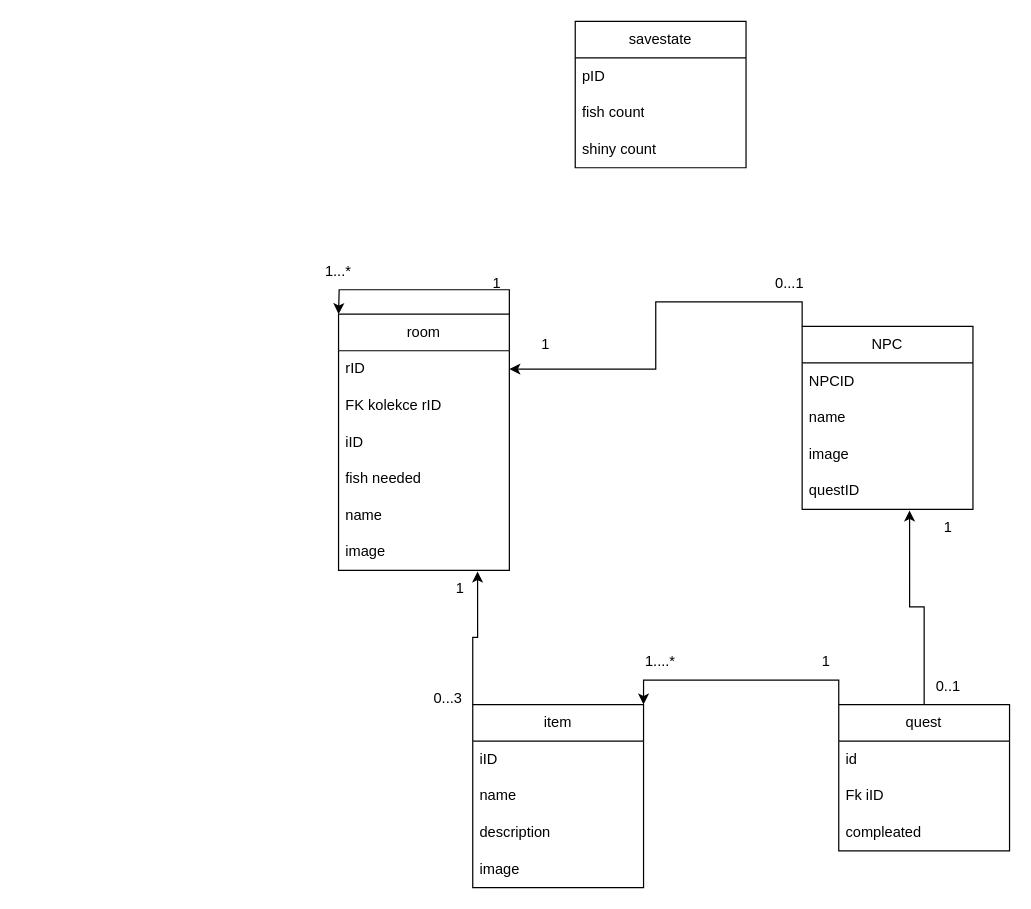
Before: gamebook.drawio in pslib-cz/2024-p3a-web-gamebook-vasak-zbehlik, a draw.io diagram. Source tidied: cells renumbered, new cells numbered last; positions are measured from the earlier drawing's top-left corner, leaving out a move shared by most shapes. Both pictures are drawn from the tidied source at 122%, with x=0, y=0 at pixel (301, 21).
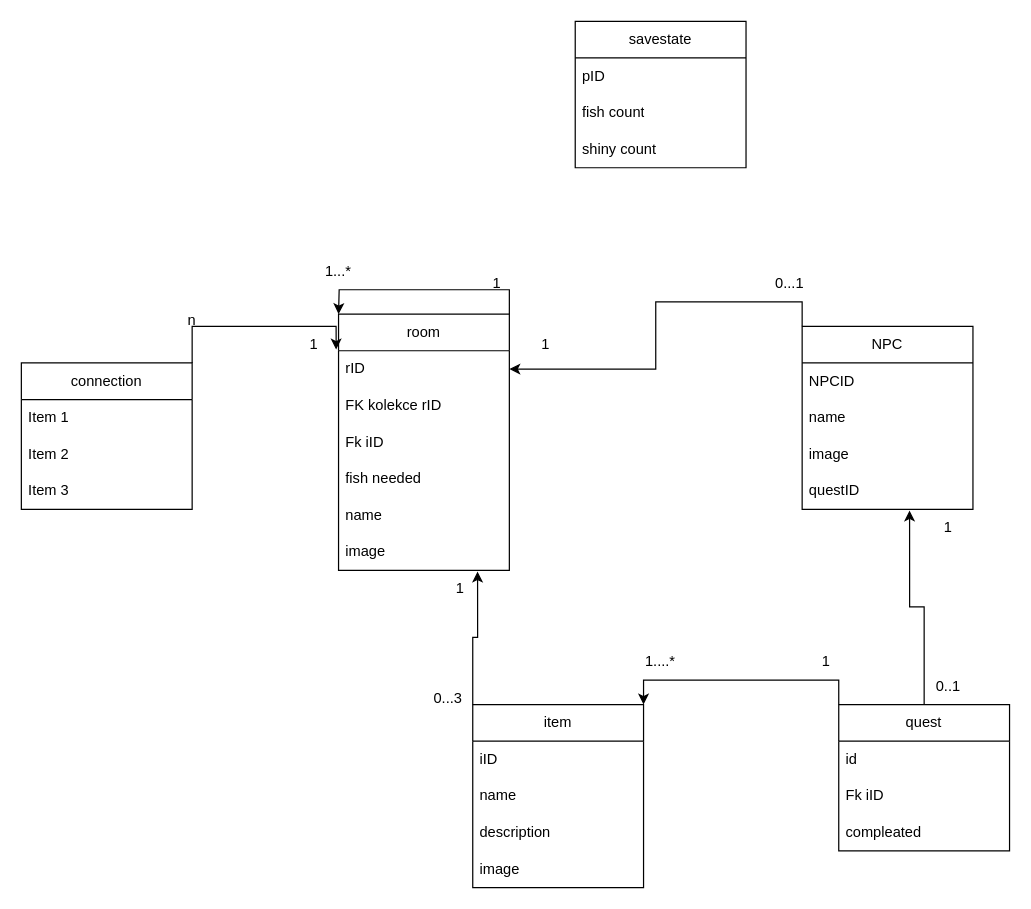
The same page after the edit.

Unchanged cells that the change refers to:
```xml
<mxCell id="7" value="room" style="swimlane;fontStyle=0;horizontal=1;startSize=30;whiteSpace=wrap;html=1;" parent="1" vertex="1">
  <mxGeometry x="30" y="240" width="140" height="210" as="geometry" />
</mxCell>
<mxCell id="8" value="rID" style="text;strokeColor=none;fillColor=none;align=left;verticalAlign=middle;spacingLeft=4;spacingRight=4;overflow=hidden;points=[[0,0.5],[1,0.5]];portConstraint=eastwest;whiteSpace=wrap;html=1;" parent="7" vertex="1">
  <mxGeometry y="30" width="140" height="30" as="geometry" />
</mxCell>
```

Change to the diagram source:
```diff
@@
-    <mxCell id="10" value="iID" style="text;strokeColor=none;fillColor=none;align=left;verticalAlign=middle;spacingLeft=4;spacingRight=4;overflow=hidden;whiteSpace=wrap;html=1;" parent="7" vertex="1">
+    <mxCell id="10" value="Fk iID" style="text;strokeColor=none;fillColor=none;align=left;verticalAlign=middle;spacingLeft=4;spacingRight=4;overflow=hidden;whiteSpace=wrap;html=1;" parent="7" vertex="1">
       <mxGeometry y="90" width="140" height="30" as="geometry" />
     </mxCell>
@@
+    <mxCell id="42" value="connection" style="swimlane;fontStyle=0;horizontal=1;startSize=30;whiteSpace=wrap;html=1;" parent="1" vertex="1">
+      <mxGeometry x="-230" y="280" width="140" height="120" as="geometry" />
+    </mxCell>
+    <mxCell id="43" value="Item 1" style="text;strokeColor=none;fillColor=none;align=left;verticalAlign=middle;spacingLeft=4;spacingRight=4;overflow=hidden;whiteSpace=wrap;html=1;" parent="42" vertex="1">
+      <mxGeometry y="30" width="140" height="30" as="geometry" />
+    </mxCell>
+    <mxCell id="44" value="Item 2" style="text;strokeColor=none;fillColor=none;align=left;verticalAlign=middle;spacingLeft=4;spacingRight=4;overflow=hidden;whiteSpace=wrap;html=1;" parent="42" vertex="1">
+      <mxGeometry y="60" width="140" height="30" as="geometry" />
+    </mxCell>
+    <mxCell id="45" value="Item 3" style="text;strokeColor=none;fillColor=none;align=left;verticalAlign=middle;spacingLeft=4;spacingRight=4;overflow=hidden;whiteSpace=wrap;html=1;" parent="42" vertex="1">
+      <mxGeometry y="90" width="140" height="30" as="geometry" />
+    </mxCell>
+    <mxCell id="46" style="edgeStyle=orthogonalEdgeStyle;rounded=0;jettySize=auto;html=1;exitX=1;exitY=0;exitDx=0;exitDy=0;entryX=-0.014;entryY=-0.033;entryDx=0;entryDy=0;entryPerimeter=0;" parent="1" edge="1" source="42" target="8">
+      <mxGeometry relative="1" as="geometry" />
+    </mxCell>
+    <mxCell id="47" value="n" style="text;html=1;align=center;verticalAlign=middle;whiteSpace=wrap;rounded=0;" parent="1" vertex="1">
+      <mxGeometry x="-120" y="230" width="60" height="30" as="geometry" />
+    </mxCell>
+    <mxCell id="48" value="1" style="text;html=1;align=center;verticalAlign=middle;whiteSpace=wrap;rounded=0;" parent="1" vertex="1">
+      <mxGeometry x="-20" y="250" width="60" height="30" as="geometry" />
+    </mxCell>
```
